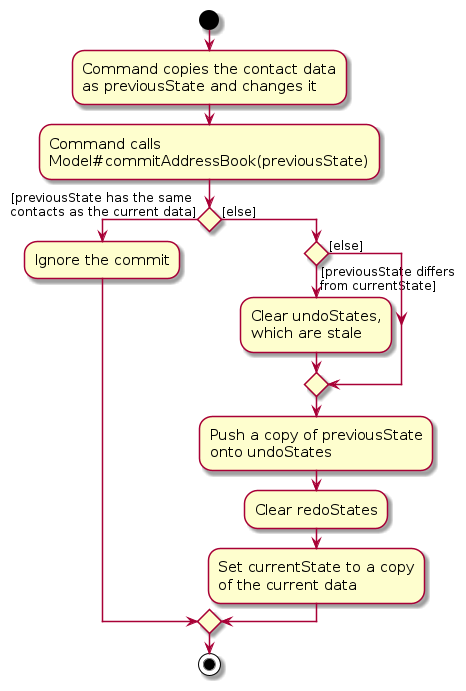
AY2627S1-CS2103T-F15-3/tp keeps this PlantUML diagram as diagrams/CommitActivityDiagram.png. Above is the earlier version. Its source is kept beside it as diagrams/CommitActivityDiagram.puml.
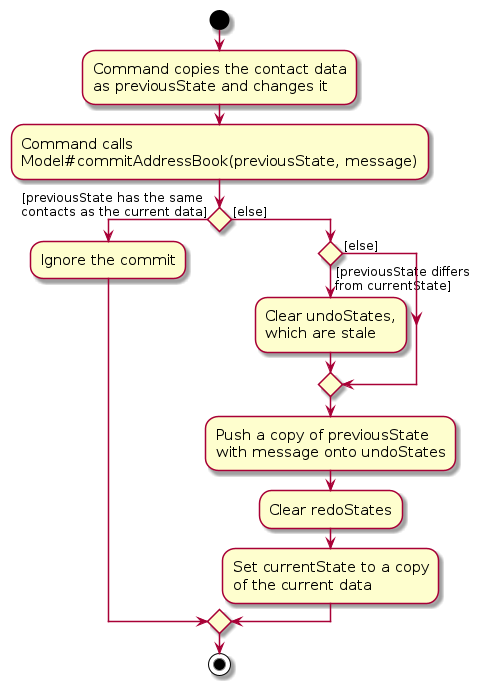
Above is the later version.

The edit, as a diff of the source:
```diff
@@ -6,7 +6,7 @@
 :Command copies the contact data
 as previousState and changes it;
 :Command calls
-Model#commitAddressBook(previousState);
+Model#commitAddressBook(previousState, message);
 
 
 if () then ([previousState has the same
@@ -20,7 +20,7 @@
     else ([else])
     endif
     :Push a copy of previousState
-    onto undoStates;
+    with message onto undoStates;
     :Clear redoStates;
     :Set currentState to a copy
     of the current data;
```
